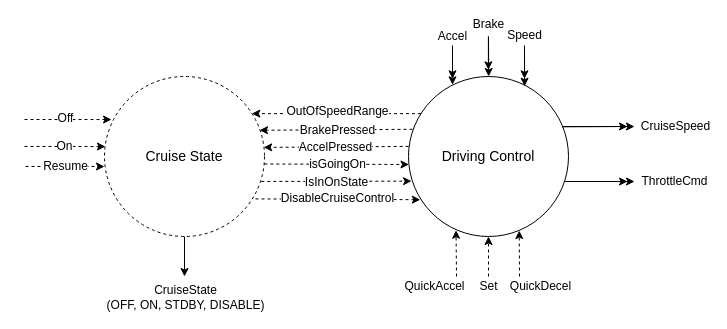
Earlier version of the draw.io diagram Diagrams/refinement.drawio (jacoballen4534/Cruise-Controller). Source tidied: cells renumbered, new cells numbered last; positions are measured from the earlier drawing's top-left corner, leaving out a move shared by most shapes. Both pictures are drawn from the tidied source at 100%, with x=0, y=0 at pixel (24, 36).
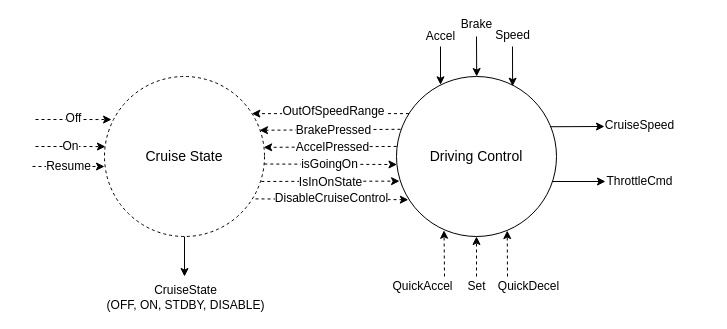
After the change.

Unchanged cells that the change refers to:
```xml
<mxCell id="3" value="Cruise State" style="ellipse;whiteSpace=wrap;html=1;dashed=1;fontSize=14;" parent="1" vertex="1">
  <mxGeometry x="80" y="40" width="160" height="160" as="geometry" />
</mxCell>
<mxCell id="30" style="endArrow=classic;html=1;exitX=0.999;exitY=0.547;exitDx=0;exitDy=0;exitPerimeter=0;entryX=0.003;entryY=0.55;entryDx=0;entryDy=0;entryPerimeter=0;dashed=1;" parent="1" edge="1" source="3" target="2">
  <mxGeometry relative="1" as="geometry" />
</mxCell>
<mxCell id="32" style="endArrow=classic;html=1;entryX=0.019;entryY=0.654;entryDx=0;entryDy=0;entryPerimeter=0;exitX=0.98;exitY=0.656;exitDx=0;exitDy=0;exitPerimeter=0;dashed=1;" parent="1" edge="1" source="3" target="2">
  <mxGeometry relative="1" as="geometry" />
</mxCell>
<mxCell id="34" style="endArrow=classic;html=1;exitX=0.944;exitY=0.765;exitDx=0;exitDy=0;exitPerimeter=0;entryX=0.074;entryY=0.77;entryDx=0;entryDy=0;entryPerimeter=0;dashed=1;" parent="1" edge="1" source="3" target="2">
  <mxGeometry relative="1" as="geometry" />
</mxCell>
```

Change to the diagram source:
```diff
@@
     <mxCell id="2" value="Driving Control" style="ellipse;whiteSpace=wrap;html=1;fontSize=14;" parent="1" vertex="1">
-      <mxGeometry x="384" y="40" width="160" height="160" as="geometry" />
+      <mxGeometry x="372" y="40" width="160" height="160" as="geometry" />
     </mxCell>
@@
     <mxCell id="4" value="&lt;font style=&quot;font-size: 12px&quot;&gt;On&lt;/font&gt;" style="endArrow=classic;html=1;entryX=0.006;entryY=0.438;entryDx=0;entryDy=0;entryPerimeter=0;dashed=1;" parent="1" edge="1" target="3">
       <mxGeometry relative="1" as="geometry">
-        <mxPoint y="110" as="sourcePoint" />
+        <mxPoint x="11" y="110" as="sourcePoint" />
         <Array as="points">
           <mxPoint x="44" y="110" />
         </Array>
       </mxGeometry>
     </mxCell>
     <mxCell id="5" style="endArrow=classic;html=1;entryX=0.044;entryY=0.269;entryDx=0;entryDy=0;entryPerimeter=0;dashed=1;" parent="1" edge="1" target="3">
       <mxGeometry relative="1" as="geometry">
-        <mxPoint y="83" as="sourcePoint" />
+        <mxPoint x="11" y="83" as="sourcePoint" />
       </mxGeometry>
     </mxCell>
@@
     <mxCell id="7" value="&lt;font style=&quot;font-size: 12px&quot;&gt;Resume&lt;/font&gt;" style="endArrow=classic;html=1;entryX=0.044;entryY=0.269;entryDx=0;entryDy=0;entryPerimeter=0;dashed=1;" parent="1" edge="1">
       <mxGeometry relative="1" as="geometry">
-        <mxPoint x="1" y="130" as="sourcePoint" />
+        <mxPoint x="8" y="130" as="sourcePoint" />
         <mxPoint x="80" y="130" as="targetPoint" />
       </mxGeometry>
     </mxCell>
     <mxCell id="8" value="&lt;font style=&quot;font-size: 12px&quot;&gt;Set&lt;/font&gt;" style="endArrow=classic;html=1;entryX=0.5;entryY=1;entryDx=0;entryDy=0;dashed=1;" parent="1" edge="1" target="2">
       <mxGeometry x="-1" y="-10" relative="1" as="geometry">
-        <mxPoint x="464" y="240" as="sourcePoint" />
+        <mxPoint x="452" y="240" as="sourcePoint" />
         <mxPoint x="-10" y="10" as="offset" />
       </mxGeometry>
     </mxCell>
     <mxCell id="9" value="&lt;font style=&quot;font-size: 12px&quot;&gt;QuickAccel&lt;/font&gt;" style="endArrow=classic;html=1;entryX=0.297;entryY=0.961;entryDx=0;entryDy=0;entryPerimeter=0;dashed=1;" parent="1" edge="1" target="2">
       <mxGeometry x="-1" y="24" relative="1" as="geometry">
-        <mxPoint x="432" y="240" as="sourcePoint" />
+        <mxPoint x="420" y="240" as="sourcePoint" />
         <mxPoint x="2" y="10" as="offset" />
       </mxGeometry>
     </mxCell>
     <mxCell id="10" value="&lt;font style=&quot;font-size: 12px&quot;&gt;QuickDecel&lt;/font&gt;" style="endArrow=classic;html=1;entryX=0.692;entryY=0.963;entryDx=0;entryDy=0;entryPerimeter=0;dashed=1;" parent="1" edge="1" target="2">
       <mxGeometry x="-1" y="-23" relative="1" as="geometry">
-        <mxPoint x="495" y="240" as="sourcePoint" />
+        <mxPoint x="483" y="240" as="sourcePoint" />
         <mxPoint x="-2" y="10" as="offset" />
       </mxGeometry>
     </mxCell>
     <mxCell id="11" value="&lt;font style=&quot;font-size: 12px&quot;&gt;Accel&lt;/font&gt;" style="endArrow=classic;html=1;entryX=0.275;entryY=0.052;entryDx=0;entryDy=0;entryPerimeter=0;" parent="1" edge="1" target="2">
       <mxGeometry x="-1" y="10" relative="1" as="geometry">
-        <mxPoint x="428" y="10" as="sourcePoint" />
+        <mxPoint x="416" y="10" as="sourcePoint" />
         <mxPoint x="-10" y="-10" as="offset" />
       </mxGeometry>
     </mxCell>
     <mxCell id="12" value="&lt;font style=&quot;font-size: 12px&quot;&gt;Brake&lt;/font&gt;" style="endArrow=classic;html=1;entryX=0;entryY=0;entryDx=0;entryDy=0;" parent="1" edge="1">
       <mxGeometry x="-1" y="12" relative="1" as="geometry">
-        <mxPoint x="464" as="sourcePoint" />
-        <mxPoint x="464.2" y="40" as="targetPoint" />
+        <mxPoint x="452" as="sourcePoint" />
+        <mxPoint x="452.2" y="40" as="targetPoint" />
         <mxPoint x="-12" y="-12" as="offset" />
       </mxGeometry>
     </mxCell>
     <mxCell id="13" value="&lt;font style=&quot;font-size: 12px&quot;&gt;Speed&lt;/font&gt;" style="endArrow=classic;html=1;entryX=0.432;entryY=-0.002;entryDx=0;entryDy=0;entryPerimeter=0;" parent="1" edge="1">
       <mxGeometry x="-1" y="11" relative="1" as="geometry">
-        <mxPoint x="500" y="10" as="sourcePoint" />
-        <mxPoint x="500.1" y="49.7" as="targetPoint" />
+        <mxPoint x="488" y="10" as="sourcePoint" />
+        <mxPoint x="488.1" y="49.7" as="targetPoint" />
         <mxPoint x="-11" y="-11" as="offset" />
       </mxGeometry>
     </mxCell>
@@
     <mxCell id="22" style="endArrow=classic;html=1;exitX=0.959;exitY=0.314;exitDx=0;exitDy=0;exitPerimeter=0;" parent="1" edge="1" source="2">
       <mxGeometry relative="1" as="geometry">
-        <mxPoint x="610" y="90" as="targetPoint" />
+        <mxPoint x="580" y="90" as="targetPoint" />
       </mxGeometry>
     </mxCell>
     <mxCell id="23" value="CruiseSpeed" style="text;html=1;align=center;verticalAlign=middle;labelBackgroundColor=#ffffff;" parent="22" vertex="1">
       <mxGeometry x="-0.32" y="1" relative="1" as="geometry">
-        <mxPoint x="87.7" y="0.8" as="offset" />
+        <mxPoint x="70.2" y="-0.2" as="offset" />
       </mxGeometry>
     </mxCell>
     <mxCell id="24" value="&lt;font style=&quot;font-size: 12px&quot;&gt;ThrottleCmd&lt;/font&gt;" style="endArrow=classic;html=1;" parent="1" edge="1">
-      <mxGeometry x="1" y="40" relative="1" as="geometry">
-        <mxPoint x="540" y="145" as="sourcePoint" />
-        <mxPoint x="610" y="145" as="targetPoint" />
-        <mxPoint x="40" y="40" as="offset" />
+      <mxGeometry x="1" y="34" relative="1" as="geometry">
+        <mxPoint x="528" y="145" as="sourcePoint" />
+        <mxPoint x="581" y="145" as="targetPoint" />
+        <mxPoint x="34" y="34" as="offset" />
       </mxGeometry>
     </mxCell>
-    <mxCell id="25" style="endArrow=classic;html=1;entryX=0.275;entryY=0.052;entryDx=0;entryDy=0;entryPerimeter=0;" parent="1" edge="1">
-      <mxGeometry x="-1" y="10" relative="1" as="geometry">
-        <mxPoint x="428" y="9" as="sourcePoint" />
-        <mxPoint x="428" y="42.3" as="targetPoint" />
-        <mxPoint x="-10" y="-10" as="offset" />
-      </mxGeometry>
-    </mxCell>
-    <mxCell id="26" style="endArrow=classic;html=1;entryX=0.275;entryY=0.052;entryDx=0;entryDy=0;entryPerimeter=0;" parent="1" edge="1">
-      <mxGeometry x="-1" y="10" relative="1" as="geometry">
-        <mxPoint x="463.9" as="sourcePoint" />
-        <mxPoint x="463.9" y="33.3" as="targetPoint" />
-        <mxPoint x="-10" y="-10" as="offset" />
-      </mxGeometry>
-    </mxCell>
-    <mxCell id="27" style="endArrow=classic;html=1;entryX=0.275;entryY=0.052;entryDx=0;entryDy=0;entryPerimeter=0;" parent="1" edge="1">
-      <mxGeometry x="-1" y="10" relative="1" as="geometry">
-        <mxPoint x="500" y="9" as="sourcePoint" />
-        <mxPoint x="500" y="42.3" as="targetPoint" />
-        <mxPoint x="-10" y="-10" as="offset" />
-      </mxGeometry>
-    </mxCell>
-    <mxCell id="28" style="endArrow=classic;html=1;" parent="1" edge="1">
-      <mxGeometry x="1" y="40" relative="1" as="geometry">
-        <mxPoint x="540" y="145" as="sourcePoint" />
-        <mxPoint x="603" y="145" as="targetPoint" />
-        <mxPoint x="40" y="40" as="offset" />
-      </mxGeometry>
-    </mxCell>
-    <mxCell id="29" style="endArrow=classic;html=1;exitX=0.96;exitY=0.313;exitDx=0;exitDy=0;exitPerimeter=0;" parent="1" edge="1" source="2">
-      <mxGeometry x="1" y="40" relative="1" as="geometry">
-        <mxPoint x="603" y="90" as="targetPoint" />
-        <mxPoint x="40" y="40" as="offset" />
-      </mxGeometry>
-    </mxCell>
@@
-    <mxCell id="31" value="&lt;font style=&quot;font-size: 12px&quot;&gt;isGoingOn&lt;/font&gt;" style="edgeLabel;html=1;align=center;verticalAlign=middle;" parent="30" vertex="1">
+    <mxCell id="31" value="&lt;font style=&quot;font-size: 12px&quot;&gt;isGoingOn&lt;/font&gt;" style="edgeLabel;html=1;align=center;verticalAlign=middle;labelBackgroundColor=#ffffff;" parent="30" vertex="1">
       <mxGeometry x="0.37" y="1" relative="1" as="geometry">
         <mxPoint x="-26.7" y="1.1" as="offset" />
       </mxGeometry>
     </mxCell>
@@
-    <mxCell id="33" value="&lt;font style=&quot;font-size: 12px&quot;&gt;IsInOnState&lt;/font&gt;" style="edgeLabel;html=1;align=center;verticalAlign=middle;" parent="32" vertex="1">
+    <mxCell id="33" value="&lt;font style=&quot;font-size: 12px&quot;&gt;IsInOnState&lt;/font&gt;" style="edgeLabel;html=1;align=center;verticalAlign=middle;labelBackgroundColor=#ffffff;" parent="32" vertex="1">
       <mxGeometry x="-0.07" relative="1" as="geometry">
         <mxPoint x="5.2" y="0.2" as="offset" />
       </mxGeometry>
     </mxCell>
@@
-    <mxCell id="35" value="&lt;font style=&quot;font-size: 12px&quot;&gt;DisableCruiseControl&lt;/font&gt;" style="edgeLabel;html=1;align=center;verticalAlign=middle;" parent="34" vertex="1">
+    <mxCell id="35" value="&lt;font style=&quot;font-size: 12px&quot;&gt;DisableCruiseControl&lt;/font&gt;" style="edgeLabel;html=1;align=center;verticalAlign=middle;labelBackgroundColor=#ffffff;" parent="34" vertex="1">
       <mxGeometry x="-0.07" y="-1" relative="1" as="geometry">
         <mxPoint x="4.2" y="-1.8" as="offset" />
       </mxGeometry>
     </mxCell>
```
